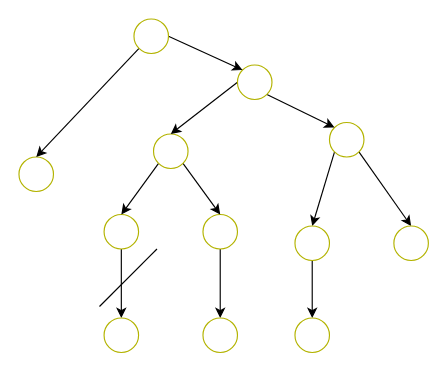
Before: tree week 3.drawio in pasca15/Random, a draw.io diagram. Source tidied: cells renumbered, new cells numbered last; positions are measured from the earlier drawing's top-left corner, leaving out a move shared by most shapes. Both pictures are drawn from the tidied source at 115%, with x=0, y=0 at pixel (18, 18).
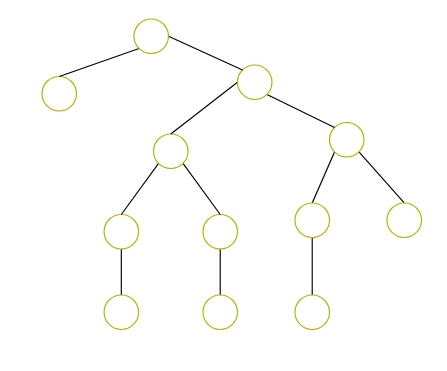
Above is the later version.

The change refers to these unchanged cells:
```xml
<mxCell id="4" style="ellipse;whiteSpace=wrap;html=1;strokeColor=#B3B300;" parent="1" vertex="1">
  <mxGeometry x="74" y="170" width="30" height="30" as="geometry" />
</mxCell>
<mxCell id="6" style="ellipse;whiteSpace=wrap;html=1;strokeColor=#B3B300;" parent="1" vertex="1">
  <mxGeometry x="160" y="170" width="30" height="30" as="geometry" />
</mxCell>
<mxCell id="11" style="ellipse;whiteSpace=wrap;html=1;strokeColor=#B3B300;" parent="1" vertex="1">
  <mxGeometry x="117" y="100" width="30" height="30" as="geometry" />
</mxCell>
<mxCell id="14" style="ellipse;whiteSpace=wrap;html=1;strokeColor=#B3B300;" parent="1" vertex="1">
  <mxGeometry x="270" y="90" width="30" height="30" as="geometry" />
</mxCell>
<mxCell id="21" style="ellipse;whiteSpace=wrap;html=1;strokeColor=#B3B300;" parent="1" vertex="1">
  <mxGeometry x="190" y="40" width="30" height="30" as="geometry" />
</mxCell>
<mxCell id="24" style="ellipse;whiteSpace=wrap;html=1;strokeColor=#B3B300;" parent="1" vertex="1">
  <mxGeometry x="100" width="30" height="30" as="geometry" />
</mxCell>
```

What changed in the source:
```diff
@@
     <mxCell id="2" style="ellipse;whiteSpace=wrap;html=1;strokeColor=#B3B300;" parent="1" vertex="1">
-      <mxGeometry y="120" width="30" height="30" as="geometry" />
+      <mxGeometry x="20" y="50" width="30" height="30" as="geometry" />
     </mxCell>
-    <mxCell id="3" style="edgeStyle=orthogonalEdgeStyle;rounded=0;jettySize=auto;html=1;exitX=0.5;exitY=1;exitDx=0;exitDy=0;entryX=0.5;entryY=0;entryDx=0;entryDy=0;" parent="1" edge="1" source="4" target="7">
+    <mxCell id="3" style="edgeStyle=orthogonalEdgeStyle;rounded=0;jettySize=auto;html=1;exitX=0.5;exitY=1;exitDx=0;exitDy=0;entryX=0.5;entryY=0;entryDx=0;entryDy=0;endArrow=none;" parent="1" edge="1" source="4" target="7">
       <mxGeometry relative="1" as="geometry" />
     </mxCell>
@@
-    <mxCell id="5" style="edgeStyle=orthogonalEdgeStyle;rounded=0;jettySize=auto;html=1;" parent="1" edge="1" source="6" target="8">
+    <mxCell id="5" style="edgeStyle=orthogonalEdgeStyle;rounded=0;jettySize=auto;html=1;endArrow=none;" parent="1" edge="1" source="6" target="8">
       <mxGeometry relative="1" as="geometry" />
     </mxCell>
@@
     <mxCell id="7" style="ellipse;whiteSpace=wrap;html=1;strokeColor=#B3B300;" parent="1" vertex="1">
-      <mxGeometry x="74" y="260" width="30" height="30" as="geometry" />
+      <mxGeometry x="74" y="240" width="30" height="30" as="geometry" />
     </mxCell>
     <mxCell id="8" style="ellipse;whiteSpace=wrap;html=1;strokeColor=#B3B300;" parent="1" vertex="1">
-      <mxGeometry x="160" y="260" width="30" height="30" as="geometry" />
+      <mxGeometry x="160" y="240" width="30" height="30" as="geometry" />
     </mxCell>
-    <mxCell id="9" style="rounded=0;jettySize=auto;html=1;exitX=0;exitY=1;exitDx=0;exitDy=0;entryX=0.5;entryY=0;entryDx=0;entryDy=0;" parent="1" edge="1" source="11" target="4">
+    <mxCell id="9" style="rounded=0;jettySize=auto;html=1;exitX=0;exitY=1;exitDx=0;exitDy=0;entryX=0.5;entryY=0;entryDx=0;entryDy=0;endArrow=none;" parent="1" edge="1" source="11" target="4">
       <mxGeometry relative="1" as="geometry" />
     </mxCell>
-    <mxCell id="10" style="rounded=0;jettySize=auto;html=1;exitX=1;exitY=1;exitDx=0;exitDy=0;entryX=0.5;entryY=0;entryDx=0;entryDy=0;" parent="1" edge="1" source="11" target="6">
+    <mxCell id="10" style="rounded=0;jettySize=auto;html=1;exitX=1;exitY=1;exitDx=0;exitDy=0;entryX=0.5;entryY=0;entryDx=0;entryDy=0;endArrow=none;" parent="1" edge="1" source="11" target="6">
       <mxGeometry relative="1" as="geometry" />
     </mxCell>
@@
-    <mxCell id="12" style="rounded=0;jettySize=auto;html=1;exitX=0;exitY=1;exitDx=0;exitDy=0;entryX=0.5;entryY=0;entryDx=0;entryDy=0;" parent="1" edge="1" source="14" target="16">
+    <mxCell id="12" style="rounded=0;jettySize=auto;html=1;exitX=0;exitY=1;exitDx=0;exitDy=0;entryX=0.5;entryY=0;entryDx=0;entryDy=0;endArrow=none;" parent="1" edge="1" source="14" target="16">
       <mxGeometry relative="1" as="geometry" />
     </mxCell>
-    <mxCell id="13" style="rounded=0;jettySize=auto;html=1;exitX=1;exitY=1;exitDx=0;exitDy=0;entryX=0.5;entryY=0;entryDx=0;entryDy=0;" parent="1" edge="1" source="14" target="17">
+    <mxCell id="13" style="rounded=0;jettySize=auto;html=1;exitX=1;exitY=1;exitDx=0;exitDy=0;entryX=0.5;entryY=0;entryDx=0;entryDy=0;endArrow=none;" parent="1" edge="1" source="14" target="17">
       <mxGeometry relative="1" as="geometry" />
     </mxCell>
@@
-    <mxCell id="15" style="edgeStyle=orthogonalEdgeStyle;rounded=0;jettySize=auto;html=1;exitX=0.5;exitY=1;exitDx=0;exitDy=0;entryX=0.5;entryY=0;entryDx=0;entryDy=0;" parent="1" edge="1" source="16" target="18">
+    <mxCell id="15" style="edgeStyle=orthogonalEdgeStyle;rounded=0;jettySize=auto;html=1;exitX=0.5;exitY=1;exitDx=0;exitDy=0;entryX=0.5;entryY=0;entryDx=0;entryDy=0;endArrow=none;" parent="1" edge="1" source="16" target="18">
       <mxGeometry relative="1" as="geometry" />
     </mxCell>
     <mxCell id="16" style="ellipse;whiteSpace=wrap;html=1;strokeColor=#B3B300;" parent="1" vertex="1">
-      <mxGeometry x="240" y="180" width="30" height="30" as="geometry" />
+      <mxGeometry x="240" y="160" width="30" height="30" as="geometry" />
     </mxCell>
     <mxCell id="17" style="ellipse;whiteSpace=wrap;html=1;strokeColor=#B3B300;" parent="1" vertex="1">
-      <mxGeometry x="326" y="180" width="30" height="30" as="geometry" />
+      <mxGeometry x="320" y="160" width="30" height="30" as="geometry" />
     </mxCell>
     <mxCell id="18" style="ellipse;whiteSpace=wrap;html=1;strokeColor=#B3B300;" parent="1" vertex="1">
-      <mxGeometry x="240" y="260" width="30" height="30" as="geometry" />
+      <mxGeometry x="240" y="240" width="30" height="30" as="geometry" />
     </mxCell>
-    <mxCell id="19" style="rounded=0;jettySize=auto;html=1;exitX=0;exitY=0.5;exitDx=0;exitDy=0;entryX=0.5;entryY=0;entryDx=0;entryDy=0;" parent="1" edge="1" source="21" target="11">
+    <mxCell id="19" style="rounded=0;jettySize=auto;html=1;exitX=0;exitY=0.5;exitDx=0;exitDy=0;entryX=0.5;entryY=0;entryDx=0;entryDy=0;endArrow=none;" parent="1" edge="1" source="21" target="11">
       <mxGeometry relative="1" as="geometry" />
     </mxCell>
-    <mxCell id="20" style="rounded=0;jettySize=auto;html=1;exitX=1;exitY=1;exitDx=0;exitDy=0;entryX=0;entryY=0;entryDx=0;entryDy=0;" parent="1" edge="1" source="21" target="14">
+    <mxCell id="20" style="rounded=0;jettySize=auto;html=1;exitX=1;exitY=1;exitDx=0;exitDy=0;entryX=0;entryY=0;entryDx=0;entryDy=0;endArrow=none;" parent="1" edge="1" source="21" target="14">
       <mxGeometry relative="1" as="geometry" />
     </mxCell>
@@
-    <mxCell id="22" style="rounded=1;jettySize=auto;html=1;exitX=0;exitY=1;exitDx=0;exitDy=0;entryX=0.5;entryY=0;entryDx=0;entryDy=0;" parent="1" edge="1" source="24" target="2">
+    <mxCell id="22" style="rounded=0;jettySize=auto;html=1;exitX=0;exitY=1;exitDx=0;exitDy=0;entryX=0.5;entryY=0;entryDx=0;entryDy=0;endArrow=none;" parent="1" edge="1" source="24" target="2">
       <mxGeometry relative="1" as="geometry" />
     </mxCell>
-    <mxCell id="23" style="rounded=0;jettySize=auto;html=1;exitX=1;exitY=0.5;exitDx=0;exitDy=0;entryX=0;entryY=0;entryDx=0;entryDy=0;" parent="1" edge="1" source="24" target="21">
+    <mxCell id="23" style="rounded=0;jettySize=auto;html=1;exitX=1;exitY=0.5;exitDx=0;exitDy=0;entryX=0;entryY=0;entryDx=0;entryDy=0;endArrow=none;" parent="1" edge="1" source="24" target="21">
       <mxGeometry relative="1" as="geometry" />
     </mxCell>
@@
-    <mxCell id="25" style="endArrow=none;html=1;rounded=0;" parent="1" edge="1">
-      <mxGeometry relative="1" as="geometry">
-        <mxPoint x="70" y="250" as="sourcePoint" />
-        <mxPoint x="120" y="200" as="targetPoint" />
-      </mxGeometry>
-    </mxCell>
```
